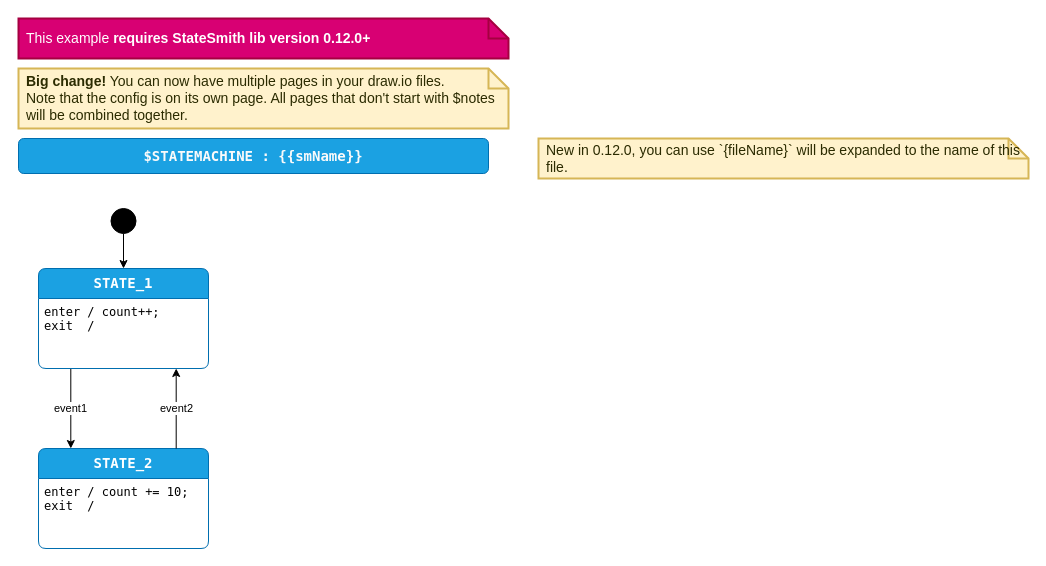
Earlier version of the draw.io diagram page "design" (1 of 3) of src/StateSmith.Cli/Create/Templates/drawio-pages-1/diagram.drawio (StateSmith/StateSmith). Source tidied: cells renumbered, new cells numbered last; positions are measured from the earlier drawing's top-left corner, leaving out a move shared by most shapes. Both pictures are drawn from the tidied source at 100%, with x=0, y=0 at pixel (18, 18).
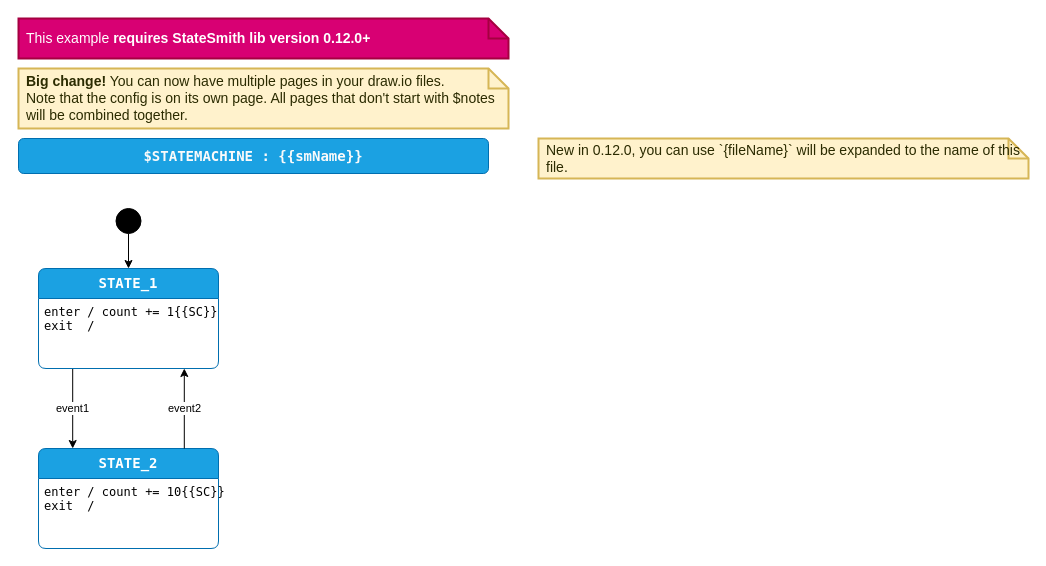
The same diagram, later.

Diff of the diagram source:
```diff
@@
 <mxGraphModel>
   <root>
     <mxCell id="0" />
     <mxCell id="1" parent="0" />
-    <mxCell id="2" style="edgeStyle=orthogonalEdgeStyle;rounded=0;jettySize=auto;html=1;exitX=0.5;exitY=1;exitDx=0;exitDy=0;" parent="1" edge="1" source="3" target="7">
+    <mxCell id="2" style="rounded=0;jettySize=auto;html=1;exitX=0.5;exitY=1;exitDx=0;exitDy=0;" parent="1" edge="1" source="3" target="7">
       <mxGeometry relative="1" as="geometry" />
     </mxCell>
     <mxCell id="3" value="$initial_state" style="shape=ellipse;fillColor=#000000;noLabel=1;" parent="1" vertex="1">
-      <mxGeometry x="92.5" y="190" width="25" height="25" as="geometry" />
+      <mxGeometry x="97.5" y="190" width="25" height="25" as="geometry" />
     </mxCell>
     <mxCell id="4" value="&lt;div&gt;&lt;span style=&quot;background-color: initial;&quot;&gt;This example&amp;nbsp;&lt;/span&gt;&lt;b style=&quot;background-color: initial;&quot;&gt;requires StateSmith lib version 0.12.0+&lt;/b&gt;&lt;br&gt;&lt;/div&gt;" style="shape=note;strokeWidth=2;fontSize=14;size=20;whiteSpace=wrap;html=1;fillColor=#d80073;strokeColor=#A50040;fontColor=#ffffff;align=left;spacingLeft=6;" parent="1" vertex="1">
       <mxGeometry width="490" height="40" as="geometry" />
     </mxCell>
     <mxCell id="5" value="&lt;div&gt;&lt;b&gt;Big change!&lt;/b&gt; You can now have multiple pages in your draw.io files.&lt;/div&gt;&lt;div&gt;Note that the config is on its own page. All pages that don't start with $notes will be combined together.&lt;/div&gt;" style="shape=note;strokeWidth=2;fontSize=14;size=20;whiteSpace=wrap;html=1;fillColor=#fff2cc;strokeColor=#d6b656;fontColor=#2B2B00;align=left;spacingLeft=6;" parent="1" vertex="1">
       <mxGeometry y="50" width="490" height="60" as="geometry" />
     </mxCell>
     <mxCell id="6" value="event1" style="edgeStyle=orthogonalEdgeStyle;rounded=0;jettySize=auto;html=1;exitX=0.19;exitY=1;exitDx=0;exitDy=0;exitPerimeter=0;entryX=0.19;entryY=0;entryDx=0;entryDy=0;entryPerimeter=0;" parent="1" edge="1" source="7" target="9">
       <mxGeometry relative="1" as="geometry" />
     </mxCell>
     <mxCell id="7" value="STATE_1" style="shape=swimlane;align=center;verticalAlign=top;fontFamily=Lucida Console;startSize=30;fontSize=14;fontStyle=1;fontColor=#ffffff;fillColor=#1ba1e2;swimlaneFillColor=default;rounded=1;arcSize=15;absoluteArcSize=1;points=[[0,0,0,0,0],[0,0.06,0,0,0],[0,0.13,0,0,0],[0,0.19,0,0,0],[0,0.25,0,0,0],[0,0.31,0,0,0],[0,0.38,0,0,0],[0,0.44,0,0,0],[0,0.5,0,0,0],[0,0.56,0,0,0],[0,0.63,0,0,0],[0,0.69,0,0,0],[0,0.75,0,0,0],[0,0.81,0,0,0],[0,0.88,0,0,0],[0,0.94,0,0,0],[0,1,0,0,0],[0.06,0,0,0,0],[0.06,1,0,0,0],[0.13,0,0,0,0],[0.13,1,0,0,0],[0.19,0,0,0,0],[0.19,1,0,0,0],[0.25,0,0,0,0],[0.25,1,0,0,0],[0.31,0,0,0,0],[0.31,1,0,0,0],[0.38,0,0,0,0],[0.38,1,0,0,0],[0.44,0,0,0,0],[0.44,1,0,0,0],[0.5,0,0,0,0],[0.5,1,0,0,0],[0.56,0,0,0,0],[0.56,1,0,0,0],[0.63,0,0,0,0],[0.63,1,0,0,0],[0.69,0,0,0,0],[0.69,1,0,0,0],[0.75,0,0,0,0],[0.75,1,0,0,0],[0.81,0,0,0,0],[0.81,1,0,0,0],[0.88,0,0,0,0],[0.88,1,0,0,0],[0.94,0,0,0,0],[0.94,1,0,0,0],[1,0,0,0,0],[1,0.06,0,0,0],[1,0.13,0,0,0],[1,0.19,0,0,0],[1,0.25,0,0,0],[1,0.31,0,0,0],[1,0.38,0,0,0],[1,0.44,0,0,0],[1,0.5,0,0,0],[1,0.56,0,0,0],[1,0.63,0,0,0],[1,0.69,0,0,0],[1,0.75,0,0,0],[1,0.81,0,0,0],[1,0.88,0,0,0],[1,0.94,0,0,0],[1,1,0,0,0]];strokeColor=#006EAF;" parent="1" vertex="1">
-      <mxGeometry x="20" y="250" width="170" height="100" as="geometry" />
+      <mxGeometry x="20" y="250" width="180" height="100" as="geometry" />
     </mxCell>
-    <mxCell id="8" value="enter / count++;&#10;exit  / " style="fontFamily=Lucida Console;align=left;verticalAlign=top;fillColor=none;gradientColor=none;strokeColor=none;rounded=0;spacingLeft=4;" parent="7" vertex="1">
-      <mxGeometry y="30" width="140" height="40" as="geometry" />
+    <mxCell id="8" value="enter / count += 1{{SC}}&#10;exit  / " style="fontFamily=Lucida Console;align=left;verticalAlign=top;fillColor=none;gradientColor=none;strokeColor=none;rounded=0;spacingLeft=4;" parent="7" vertex="1">
+      <mxGeometry y="30" width="200" height="40" as="geometry" />
     </mxCell>
     <mxCell id="9" value="STATE_2" style="shape=swimlane;align=center;verticalAlign=top;fontFamily=Lucida Console;startSize=30;fontSize=14;fontStyle=1;fontColor=#ffffff;fillColor=#1ba1e2;swimlaneFillColor=default;rounded=1;arcSize=15;absoluteArcSize=1;points=[[0,0,0,0,0],[0,0.06,0,0,0],[0,0.13,0,0,0],[0,0.19,0,0,0],[0,0.25,0,0,0],[0,0.31,0,0,0],[0,0.38,0,0,0],[0,0.44,0,0,0],[0,0.5,0,0,0],[0,0.56,0,0,0],[0,0.63,0,0,0],[0,0.69,0,0,0],[0,0.75,0,0,0],[0,0.81,0,0,0],[0,0.88,0,0,0],[0,0.94,0,0,0],[0,1,0,0,0],[0.06,0,0,0,0],[0.06,1,0,0,0],[0.13,0,0,0,0],[0.13,1,0,0,0],[0.19,0,0,0,0],[0.19,1,0,0,0],[0.25,0,0,0,0],[0.25,1,0,0,0],[0.31,0,0,0,0],[0.31,1,0,0,0],[0.38,0,0,0,0],[0.38,1,0,0,0],[0.44,0,0,0,0],[0.44,1,0,0,0],[0.5,0,0,0,0],[0.5,1,0,0,0],[0.56,0,0,0,0],[0.56,1,0,0,0],[0.63,0,0,0,0],[0.63,1,0,0,0],[0.69,0,0,0,0],[0.69,1,0,0,0],[0.75,0,0,0,0],[0.75,1,0,0,0],[0.81,0,0,0,0],[0.81,1,0,0,0],[0.88,0,0,0,0],[0.88,1,0,0,0],[0.94,0,0,0,0],[0.94,1,0,0,0],[1,0,0,0,0],[1,0.06,0,0,0],[1,0.13,0,0,0],[1,0.19,0,0,0],[1,0.25,0,0,0],[1,0.31,0,0,0],[1,0.38,0,0,0],[1,0.44,0,0,0],[1,0.5,0,0,0],[1,0.56,0,0,0],[1,0.63,0,0,0],[1,0.69,0,0,0],[1,0.75,0,0,0],[1,0.81,0,0,0],[1,0.88,0,0,0],[1,0.94,0,0,0],[1,1,0,0,0]];strokeColor=#006EAF;" parent="1" vertex="1">
-      <mxGeometry x="20" y="430" width="170" height="100" as="geometry" />
+      <mxGeometry x="20" y="430" width="180" height="100" as="geometry" />
     </mxCell>
-    <mxCell id="10" value="enter / count += 10;&#10;exit  /" style="fontFamily=Lucida Console;align=left;verticalAlign=top;fillColor=none;gradientColor=none;strokeColor=none;rounded=0;spacingLeft=4;" parent="9" vertex="1">
-      <mxGeometry y="30" width="170" height="40" as="geometry" />
+    <mxCell id="10" value="enter / count += 10{{SC}}&#10;exit  /" style="fontFamily=Lucida Console;align=left;verticalAlign=top;fillColor=none;gradientColor=none;strokeColor=none;rounded=0;spacingLeft=4;" parent="9" vertex="1">
+      <mxGeometry y="30" width="210" height="40" as="geometry" />
     </mxCell>
     <mxCell id="11" value="event2" style="edgeStyle=orthogonalEdgeStyle;rounded=0;jettySize=auto;html=1;exitX=0.81;exitY=0;exitDx=0;exitDy=0;exitPerimeter=0;entryX=0.81;entryY=1;entryDx=0;entryDy=0;entryPerimeter=0;" parent="1" edge="1" source="9" target="7">
       <mxGeometry relative="1" as="geometry" />
     </mxCell>
     <mxCell id="12" value="&lt;span style=&quot;color: rgb(250, 250, 250); font-family: &amp;quot;Lucida Console&amp;quot;; font-size: 14px; font-weight: 700; text-wrap: nowrap;&quot;&gt;$STATEMACHINE : {{smName}}&lt;/span&gt;" style="rounded=1;whiteSpace=wrap;html=1;fillColor=#1ba1e2;fontColor=#ffffff;strokeColor=#006EAF;" parent="1" vertex="1">
       <mxGeometry y="120" width="470" height="35" as="geometry" />
     </mxCell>
     <mxCell id="13" value="New in 0.12.0, you can use `{fileName}` will be expanded to the name of this file." style="shape=note;strokeWidth=2;fontSize=14;size=20;whiteSpace=wrap;html=1;fillColor=#fff2cc;strokeColor=#d6b656;fontColor=#2B2B00;align=left;spacingLeft=6;" parent="1" vertex="1">
       <mxGeometry x="520" y="120" width="490" height="40" as="geometry" />
     </mxCell>
   </root>
 </mxGraphModel>
```
